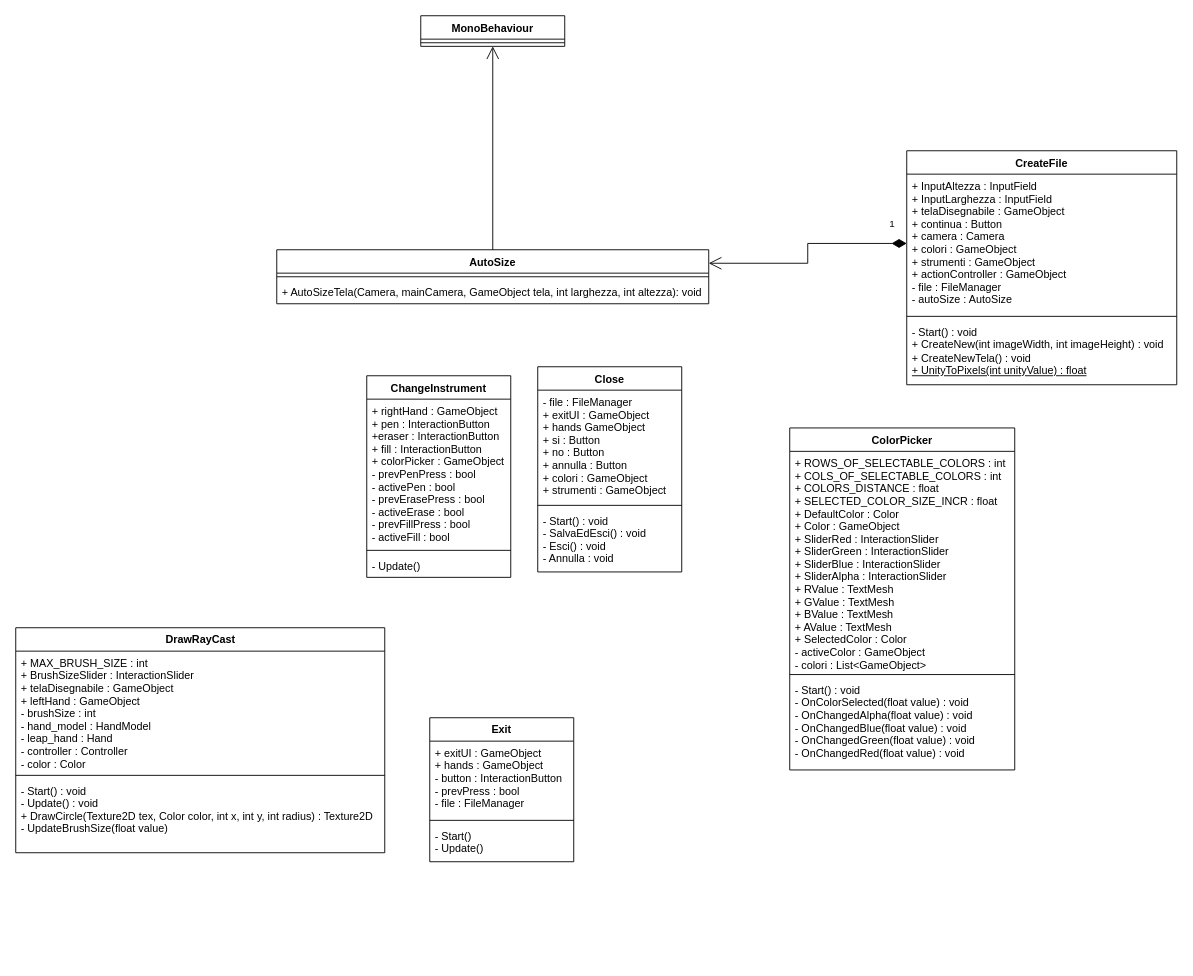
This is Documentazione/ClassDiagram.drawio from LuMug/VirtualPainter, a draw.io file, before an edit. Source tidied: cells renumbered, new cells numbered last; positions are measured from the earlier drawing's top-left corner, leaving out a move shared by most shapes. Both pictures are drawn from the tidied source at 90%, with x=0, y=0 at pixel (15, 15).
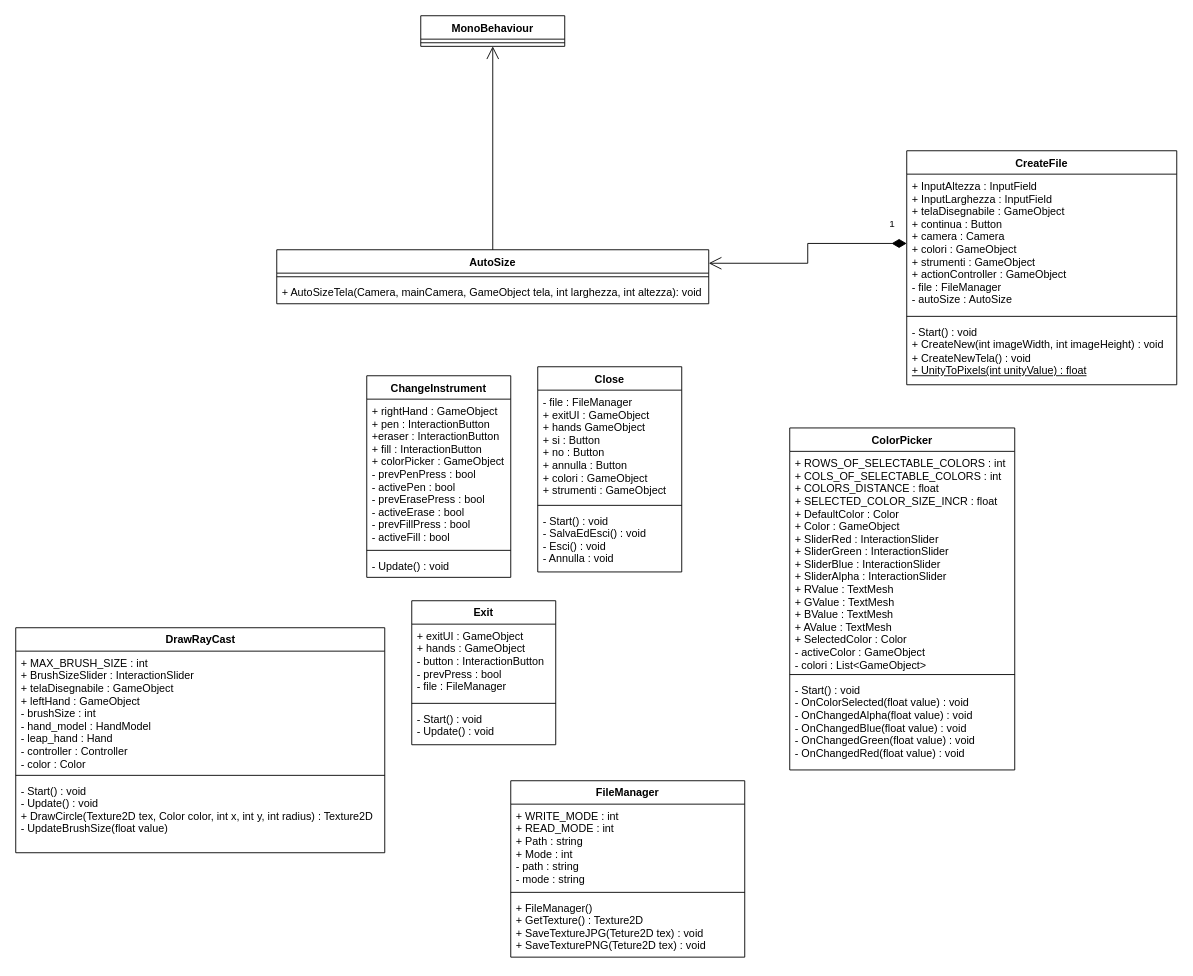
Above is the later version.

Commit message:
Update ClassDiagram.drawio FileManager UML

The change refers to these unchanged cells:
```xml
<mxCell id="8" value="ChangeInstrument" style="swimlane;fontStyle=1;align=center;verticalAlign=top;horizontal=1;startSize=26;" parent="1" vertex="1">
  <mxGeometry x="390" y="400" width="160" height="224" as="geometry" />
</mxCell>
```

Diff of the diagram source:
```diff
@@
-    <mxCell id="11" value="- Update()" style="text;strokeColor=none;fillColor=none;align=left;verticalAlign=top;spacingLeft=4;spacingRight=4;overflow=hidden;" parent="8" vertex="1">
+    <mxCell id="11" value="- Update() : void" style="text;strokeColor=none;fillColor=none;align=left;verticalAlign=top;spacingLeft=4;spacingRight=4;overflow=hidden;" parent="8" vertex="1">
       <mxGeometry y="198" width="160" height="26" as="geometry" />
     </mxCell>
@@
     <mxCell id="29" value="Exit" style="swimlane;fontStyle=1;align=center;verticalAlign=top;horizontal=1;startSize=26;" parent="1" vertex="1">
-      <mxGeometry x="460" y="780" width="160" height="160" as="geometry" />
+      <mxGeometry x="440" y="650" width="160" height="160" as="geometry" />
     </mxCell>
@@
-    <mxCell id="32" value="- Start()&#10;- Update()" style="text;strokeColor=none;fillColor=none;align=left;verticalAlign=top;spacingLeft=4;spacingRight=4;overflow=hidden;" parent="29" vertex="1">
+    <mxCell id="32" value="- Start() : void&#10;- Update() : void" style="text;strokeColor=none;fillColor=none;align=left;verticalAlign=top;spacingLeft=4;spacingRight=4;overflow=hidden;" parent="29" vertex="1">
       <mxGeometry y="118" width="160" height="42" as="geometry" />
     </mxCell>
+    <mxCell id="33" value="FileManager" style="swimlane;fontStyle=1;align=center;verticalAlign=top;horizontal=1;startSize=26;" parent="1" vertex="1">
+      <mxGeometry x="550" y="850" width="260" height="196" as="geometry" />
+    </mxCell>
+    <mxCell id="34" value="+ WRITE_MODE : int&#10;+ READ_MODE : int&#10;+ Path : string&#10;+ Mode : int&#10;- path : string&#10;- mode : string" style="text;strokeColor=none;fillColor=none;align=left;verticalAlign=top;spacingLeft=4;spacingRight=4;overflow=hidden;" parent="33" vertex="1">
+      <mxGeometry y="26" width="260" height="94" as="geometry" />
+    </mxCell>
+    <mxCell id="35" style="line;strokeWidth=1;fillColor=none;align=left;verticalAlign=middle;spacingTop=-1;spacingLeft=3;spacingRight=3;labelPosition=right;" parent="33" vertex="1">
+      <mxGeometry y="120" width="260" height="8" as="geometry" />
+    </mxCell>
+    <mxCell id="36" value="+ FileManager()&#10;+ GetTexture() : Texture2D&#10;+ SaveTextureJPG(Teture2D tex) : void&#10;+ SaveTexturePNG(Teture2D tex) : void" style="text;strokeColor=none;fillColor=none;align=left;verticalAlign=top;spacingLeft=4;spacingRight=4;overflow=hidden;" parent="33" vertex="1">
+      <mxGeometry y="128" width="260" height="68" as="geometry" />
+    </mxCell>
```
